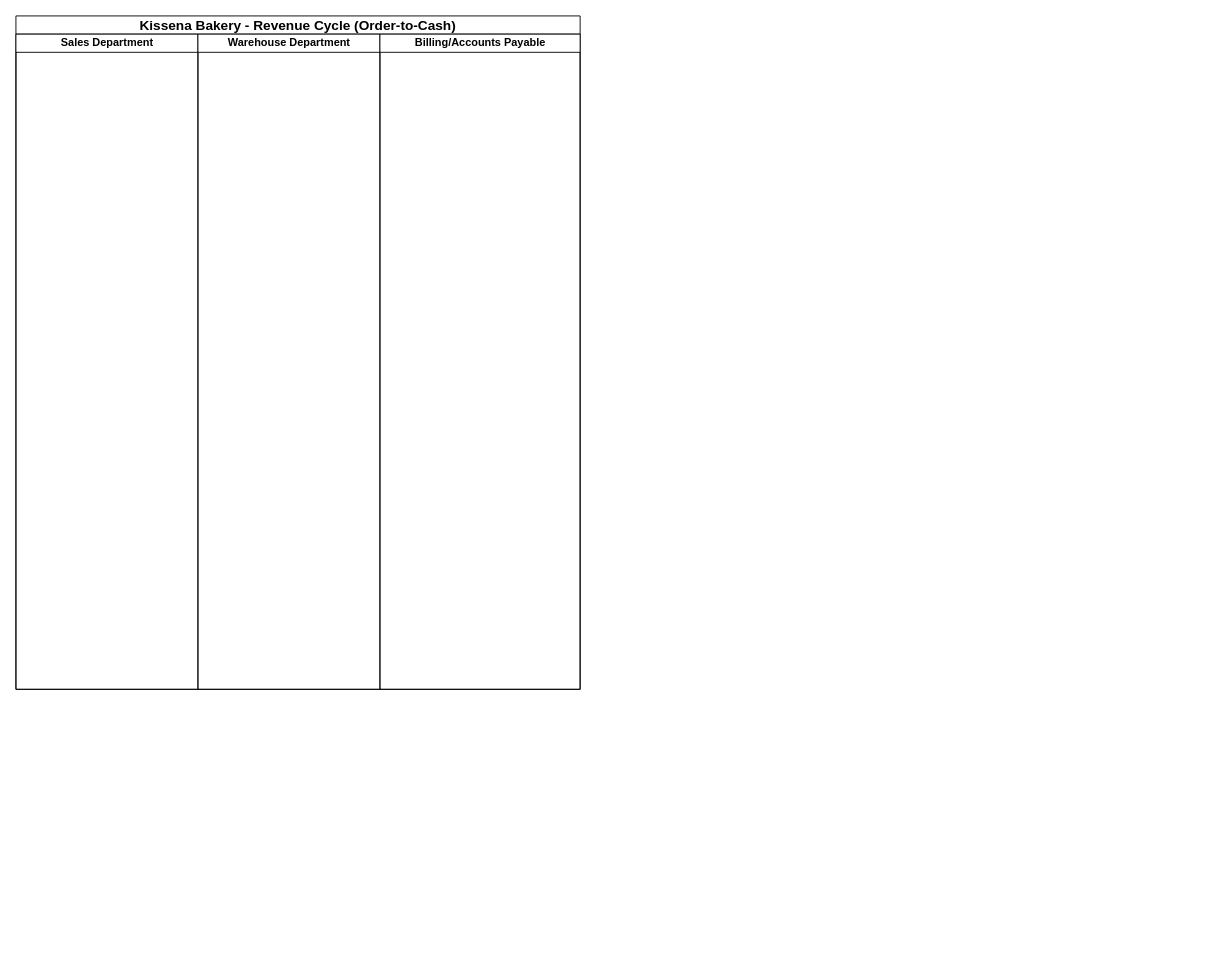
This is Revenue_Cycle_Controls.drawio from jacksharon/drawio, a draw.io file, before an edit. Source tidied: cells renumbered, new cells numbered last; positions are measured from the earlier drawing's top-left corner, leaving out a move shared by most shapes. Both pictures are drawn from the tidied source at 91%, with x=0, y=0 at pixel (15, 15).
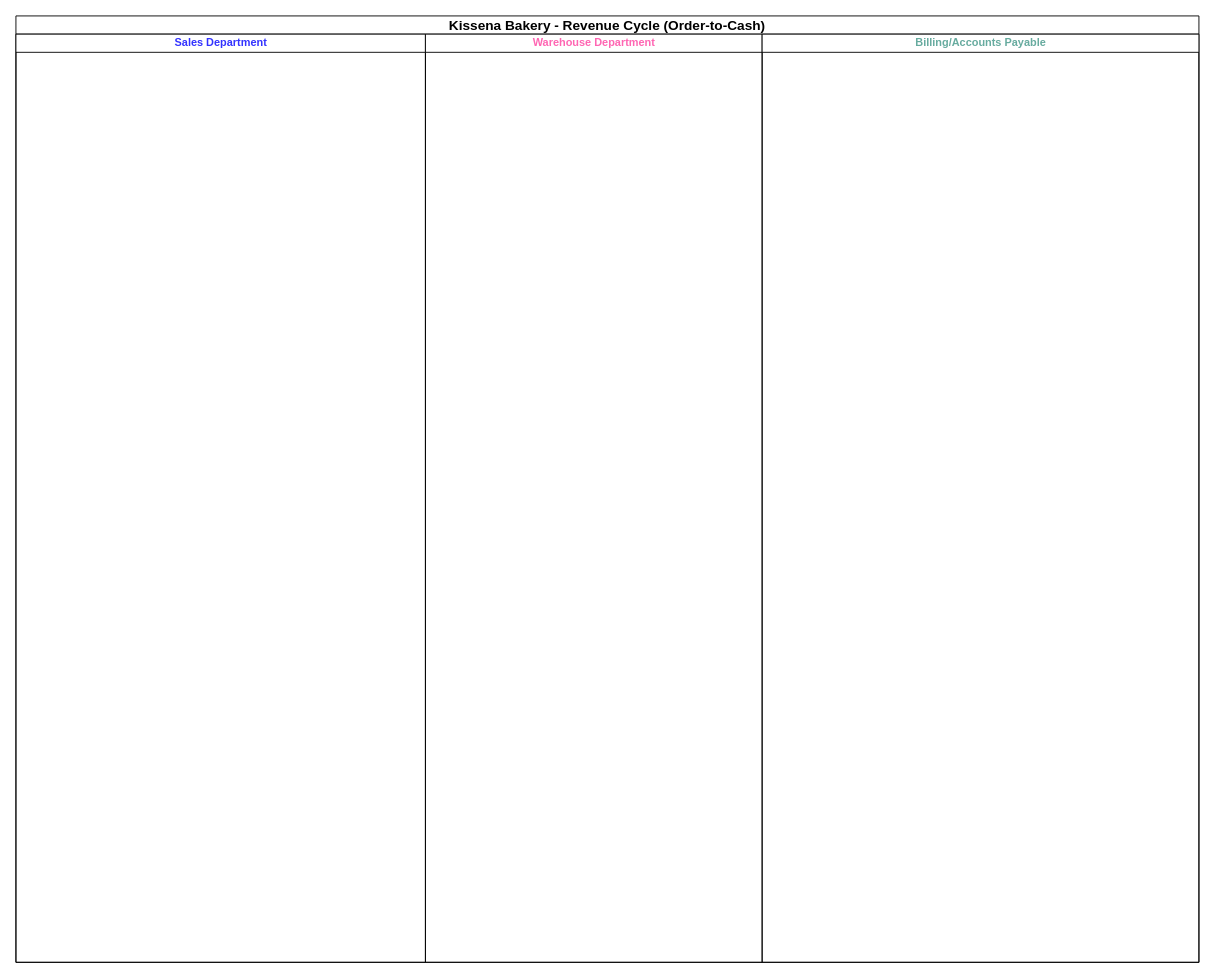
Above is the later version.

Diff of the diagram source:
```diff
@@
 <mxGraphModel>
   <root>
     <mxCell id="0" />
     <mxCell id="1" parent="0" />
     <mxCell id="2" value="Kissena Bakery - Revenue Cycle (Order-to-Cash)" style="swimlane;html=1;startSize=20;whiteSpace=wrap;fontSize=15;" parent="1" vertex="1">
-      <mxGeometry width="620" height="740" as="geometry" />
+      <mxGeometry width="1300" height="1040" as="geometry" />
     </mxCell>
-    <mxCell id="3" value="Sales Department" style="swimlane;html=1;startSize=20;" parent="2" vertex="1">
-      <mxGeometry y="20" width="200" height="720" as="geometry" />
+    <mxCell id="3" value="Sales Department" style="swimlane;html=1;startSize=20;fontColor=#3333FF;" parent="2" vertex="1">
+      <mxGeometry y="20" width="450" height="1020" as="geometry" />
     </mxCell>
-    <mxCell id="4" value="Warehouse Department" style="swimlane;html=1;startSize=20;" parent="2" vertex="1">
-      <mxGeometry x="200" y="20" width="200" height="720" as="geometry" />
+    <mxCell id="4" value="Warehouse Department" style="swimlane;html=1;startSize=20;fontColor=#FF66B3;" parent="2" vertex="1">
+      <mxGeometry x="450" y="20" width="370" height="1020" as="geometry" />
     </mxCell>
-    <mxCell id="5" value="Billing/Accounts Payable" style="swimlane;html=1;startSize=20;" parent="2" vertex="1">
-      <mxGeometry x="400" y="20" width="220" height="720" as="geometry" />
+    <mxCell id="5" value="Billing/Accounts Payable" style="swimlane;html=1;startSize=20;fontColor=#67AB9F;" parent="2" vertex="1">
+      <mxGeometry x="820" y="20" width="480" height="1020" as="geometry" />
     </mxCell>
   </root>
 </mxGraphModel>
```
